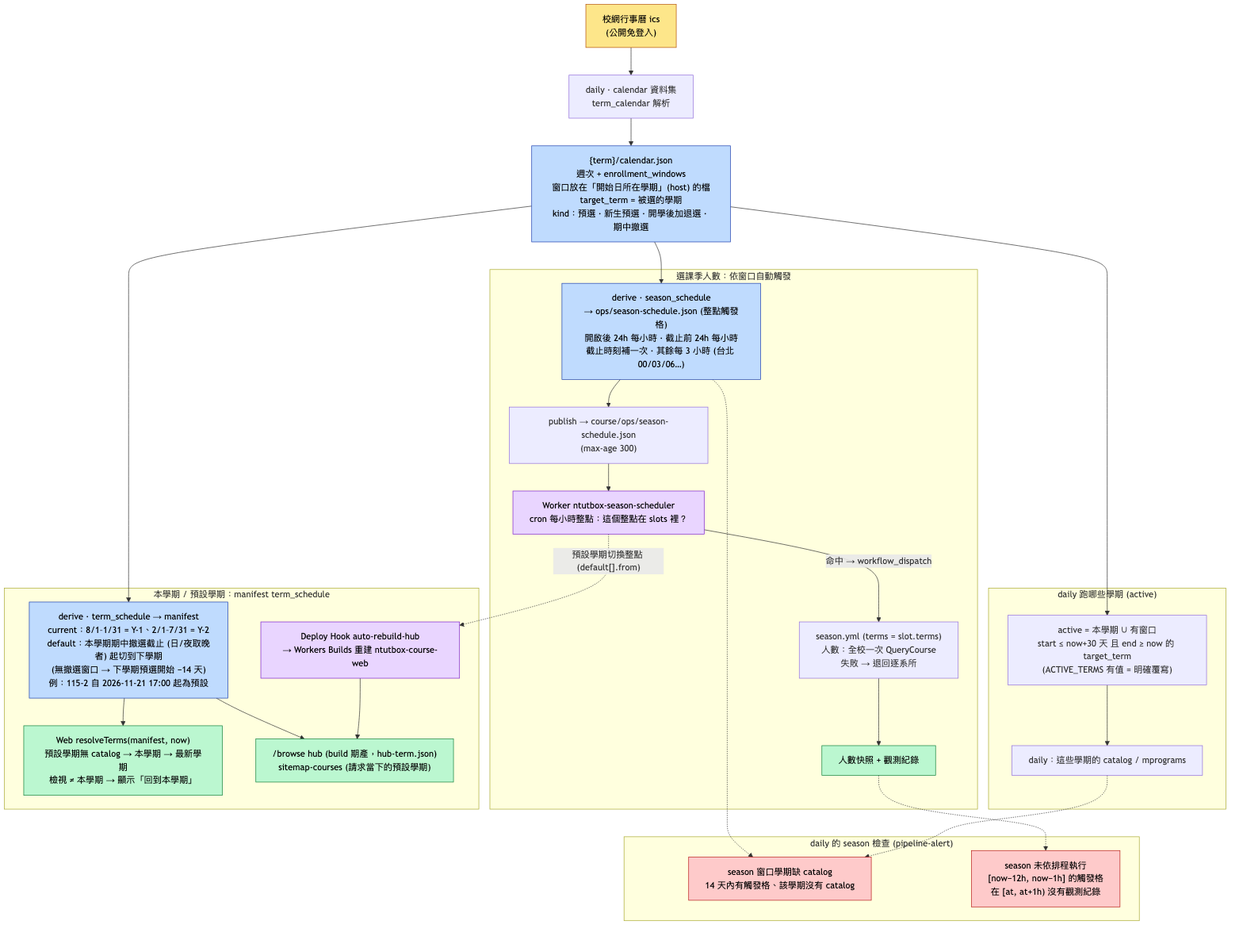
Before: docs/diagrams/06-season-and-terms.png, a diagram exported from Mermaid (poterpan/ntutbox-course). Its source is kept beside it as docs/diagrams/06-season-and-terms.mmd.
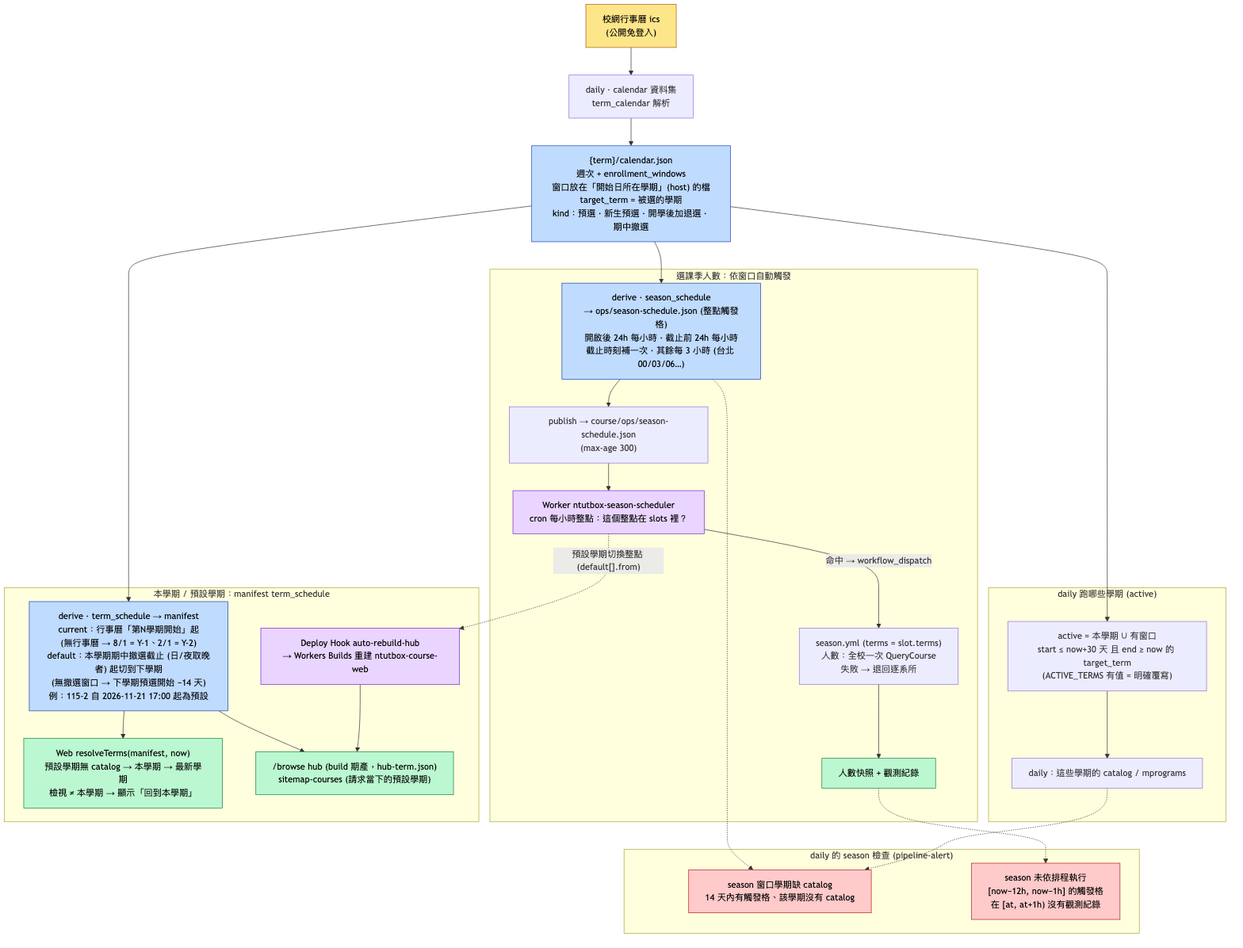
After the change.

Commit message:
fix(term-schedule): 本學期開始日改讀行事曆 administrative_start，缺才退回 8/1、2/1（D21） (#123)

What changed in the source:
```diff
@@ -27,7 +27,7 @@
     end
 
     subgraph TERMSIDE["本學期 / 預設學期：manifest term_schedule"]
-        ts["derive · term_schedule → manifest<br/>current：8/1–1/31 = Y-1、2/1–7/31 = Y-2<br/>default：本學期期中撤選截止 (日/夜取晚者) 起切到下學期<br/>(無撤選窗口 → 下學期預選開始 −14 天)<br/>例：115-2 自 2026-11-21 17:00 起為預設"]
+        ts["derive · term_schedule → manifest<br/>current：行事曆「第N學期開始」起<br/>(無行事曆 → 8/1 = Y-1、2/1 = Y-2)<br/>default：本學期期中撤選截止 (日/夜取晚者) 起切到下學期<br/>(無撤選窗口 → 下學期預選開始 −14 天)<br/>例：115-2 自 2026-11-21 17:00 起為預設"]
         rt["Web resolveTerms(manifest, now)<br/>預設學期無 catalog → 本學期 → 最新學期<br/>檢視 ≠ 本學期 → 顯示「回到本學期」"]
         hub["/browse hub (build 期產，hub-term.json)<br/>sitemap-courses (請求當下的預設學期)"]
         dh["Deploy Hook auto-rebuild-hub<br/>→ Workers Builds 重建 ntutbox-course-web"]
```
